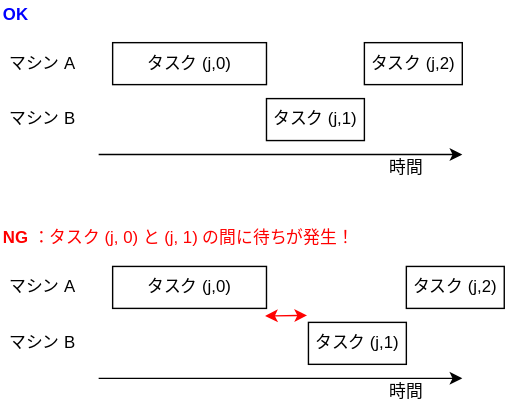
Before: notebooks/ja/tutorials/figures/no_wait.drawio.svg, a diagram exported from draw.io (fixstars/amplify-se-examples). Source tidied: cells renumbered, new cells last; positions are measured from the earlier drawing's top-left corner, leaving out a move shared by most shapes.
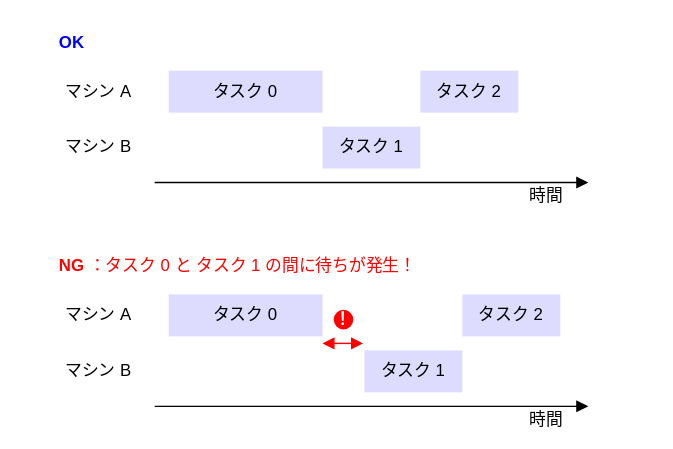
After the commit.

The edit, as a diff of the source:
```diff
@@ -2,21 +2,24 @@
   <root>
     <mxCell id="0" />
     <mxCell id="1" parent="0" />
+    <mxCell id="19" style="whiteSpace=wrap;html=1;strokeColor=none;" parent="1" vertex="1">
+      <mxGeometry x="-40" y="-20" width="480" height="320" as="geometry" />
+    </mxCell>
-    <mxCell id="2" value="タスク (j,0)" style="rounded=0;whiteSpace=wrap;html=1;" parent="1" vertex="1">
+    <mxCell id="2" value="タスク 0" style="rounded=0;whiteSpace=wrap;html=1;strokeColor=none;fillColor=#DDDCFF;" parent="1" vertex="1">
       <mxGeometry x="80" y="30" width="110" height="30" as="geometry" />
     </mxCell>
-    <mxCell id="3" style="endArrow=classic;html=1;fontColor=#00FF00;" parent="1" edge="1">
+    <mxCell id="3" style="endArrow=block;html=1;fontColor=#00FF00;endFill=1;" parent="1" edge="1">
       <mxGeometry relative="1" as="geometry">
         <mxPoint x="70" y="110" as="sourcePoint" />
-        <mxPoint x="330" y="110" as="targetPoint" />
+        <mxPoint x="380" y="110" as="targetPoint" />
       </mxGeometry>
     </mxCell>
     <object id="4" label="時間" name="Variable" placeholders="1">
       <mxCell style="text;html=1;strokeColor=none;fillColor=none;align=center;verticalAlign=middle;whiteSpace=wrap;overflow=hidden;" parent="1" vertex="1">
-        <mxGeometry x="270" y="110" width="40" height="20" as="geometry" />
+        <mxGeometry x="330" y="110" width="40" height="20" as="geometry" />
       </mxCell>
     </object>
-    <mxCell id="5" value="タスク (j,1)" style="rounded=0;whiteSpace=wrap;html=1;" parent="1" vertex="1">
+    <mxCell id="5" value="タスク 1" style="rounded=0;whiteSpace=wrap;html=1;strokeColor=none;fillColor=#DDDCFF;" parent="1" vertex="1">
       <mxGeometry x="190" y="70" width="70" height="30" as="geometry" />
     </mxCell>
     <object id="6" label="マシン A" name="Variable" placeholders="1">
@@ -24,7 +27,7 @@
         <mxGeometry y="35" width="60" height="20" as="geometry" />
       </mxCell>
     </object>
-    <mxCell id="7" value="タスク (j,2)" style="rounded=0;whiteSpace=wrap;html=1;" parent="1" vertex="1">
+    <mxCell id="7" value="タスク 2" style="rounded=0;whiteSpace=wrap;html=1;strokeColor=none;fillColor=#DDDCFF;" parent="1" vertex="1">
       <mxGeometry x="260" y="30" width="70" height="30" as="geometry" />
     </mxCell>
     <object id="8" label="マシン B" name="Variable" placeholders="1">
@@ -37,21 +40,21 @@
         <mxGeometry width="60" height="20" as="geometry" />
       </mxCell>
     </object>
-    <mxCell id="10" value="タスク (j,0)" style="rounded=0;whiteSpace=wrap;html=1;" parent="1" vertex="1">
+    <mxCell id="10" value="タスク 0" style="rounded=0;whiteSpace=wrap;html=1;strokeColor=none;fillColor=#DDDCFF;" parent="1" vertex="1">
       <mxGeometry x="80" y="190" width="110" height="30" as="geometry" />
     </mxCell>
-    <mxCell id="11" style="endArrow=classic;html=1;fontColor=#00FF00;" parent="1" edge="1">
+    <mxCell id="11" style="endArrow=block;html=1;fontColor=#00FF00;endFill=1;" parent="1" edge="1">
       <mxGeometry relative="1" as="geometry">
         <mxPoint x="70" y="270" as="sourcePoint" />
-        <mxPoint x="330" y="270" as="targetPoint" />
+        <mxPoint x="380" y="270" as="targetPoint" />
       </mxGeometry>
     </mxCell>
     <object id="12" label="時間" name="Variable" placeholders="1">
       <mxCell style="text;html=1;strokeColor=none;fillColor=none;align=center;verticalAlign=middle;whiteSpace=wrap;overflow=hidden;" parent="1" vertex="1">
-        <mxGeometry x="270" y="270" width="40" height="20" as="geometry" />
+        <mxGeometry x="330" y="270" width="40" height="20" as="geometry" />
       </mxCell>
     </object>
-    <mxCell id="13" value="タスク (j,1)" style="rounded=0;whiteSpace=wrap;html=1;" parent="1" vertex="1">
+    <mxCell id="13" value="タスク 1" style="rounded=0;whiteSpace=wrap;html=1;strokeColor=none;fillColor=#DDDCFF;" parent="1" vertex="1">
       <mxGeometry x="220" y="230" width="70" height="30" as="geometry" />
     </mxCell>
     <object id="14" label="マシン A" name="Variable" placeholders="1">
@@ -59,7 +62,7 @@
         <mxGeometry y="195" width="60" height="20" as="geometry" />
       </mxCell>
     </object>
-    <mxCell id="15" value="タスク (j,2)" style="rounded=0;whiteSpace=wrap;html=1;" parent="1" vertex="1">
+    <mxCell id="15" value="タスク 2" style="rounded=0;whiteSpace=wrap;html=1;strokeColor=none;fillColor=#DDDCFF;" parent="1" vertex="1">
       <mxGeometry x="290" y="190" width="70" height="30" as="geometry" />
     </mxCell>
     <object id="16" label="マシン B" name="Variable" placeholders="1">
@@ -67,16 +70,19 @@
         <mxGeometry y="235" width="60" height="20" as="geometry" />
       </mxCell>
     </object>
-    <object id="17" label="&lt;b&gt;NG&lt;/b&gt;：タスク (j, 0) と (j, 1) の間に待ちが発生！" name="Variable" placeholders="1">
+    <object id="17" label="&lt;b&gt;NG&lt;/b&gt;：タスク 0 と タスク 1 の間に待ちが発生！" name="Variable" placeholders="1">
       <mxCell style="text;html=1;strokeColor=none;fillColor=none;align=left;verticalAlign=middle;whiteSpace=wrap;overflow=hidden;fontColor=#FF0000;" parent="1" vertex="1">
         <mxGeometry y="160" width="260" height="20" as="geometry" />
       </mxCell>
     </object>
-    <mxCell id="18" style="edgeStyle=none;orthogonalLoop=1;jettySize=auto;html=1;startArrow=classic;startFill=1;fillColor=#d80073;strokeColor=#FF0000;" parent="1" edge="1">
+    <mxCell id="18" style="edgeStyle=none;orthogonalLoop=1;jettySize=auto;html=1;startArrow=block;startFill=1;fillColor=#d80073;strokeColor=#FF0000;endArrow=block;endFill=1;" parent="1" edge="1">
       <mxGeometry relative="1" as="geometry">
-        <mxPoint x="189" y="225.4" as="sourcePoint" />
+        <mxPoint x="190" y="225" as="sourcePoint" />
         <mxPoint x="219" y="225" as="targetPoint" />
       </mxGeometry>
     </mxCell>
+    <mxCell id="20" value="&lt;b&gt;！&lt;/b&gt;" style="ellipse;whiteSpace=wrap;html=1;fillColor=#FF0000;strokeColor=none;fontColor=#FFFFFF;align=center;" parent="1" vertex="1">
+      <mxGeometry x="198" y="201" width="14" height="14" as="geometry" />
+    </mxCell>
   </root>
 </mxGraphModel>
```
